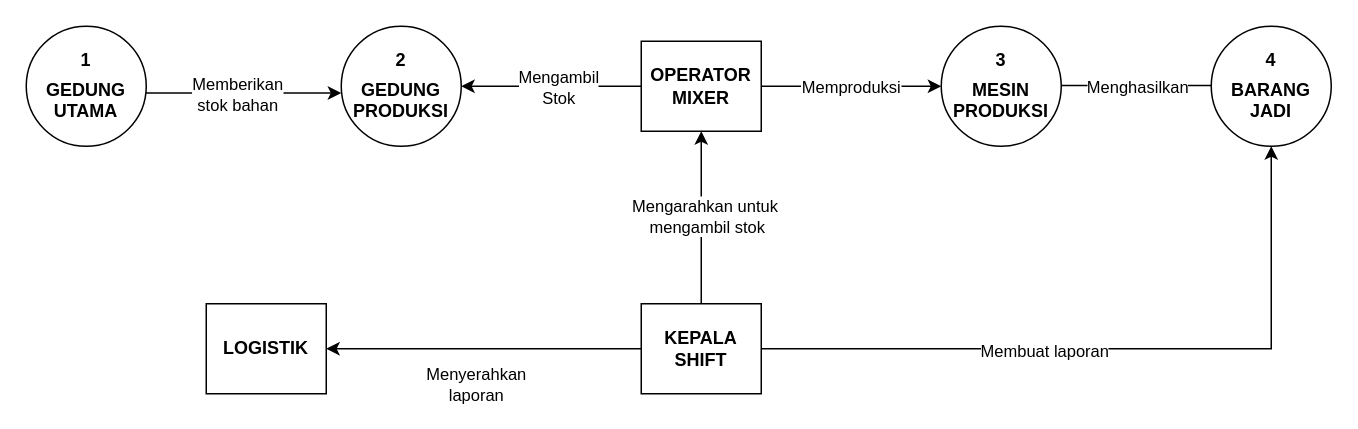
Above: page "Page-2" (2 of 2) of Untitled Diagram.drawio in destiaarinihairunnisa/ProgramAntrian (draw.io), before the change. Source tidied: cells renumbered, new cells numbered last; positions are measured from the earlier drawing's top-left corner, leaving out a move shared by most shapes. Both pictures are drawn from the tidied source at 150%, with x=0, y=0 at pixel (26, 26).
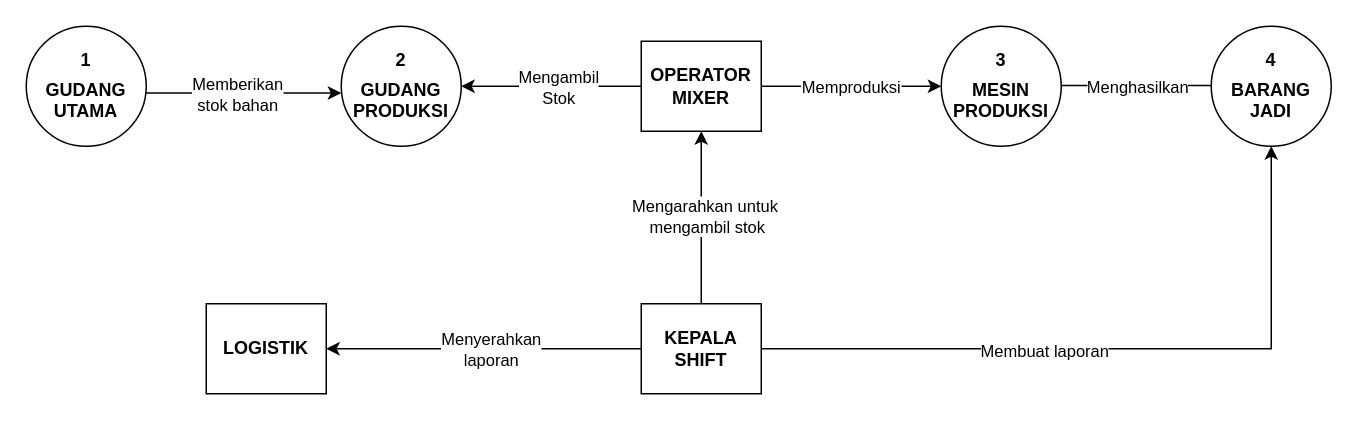
After the change.

Unchanged cells that the change refers to:
```xml
<mxCell id="16" style="endArrow=classic;html=1;rounded=0;exitX=0;exitY=0.5;exitDx=0;exitDy=0;entryX=1;entryY=0.5;entryDx=0;entryDy=0;" parent="1" edge="1" source="11" target="2">
  <mxGeometry relative="1" as="geometry" />
</mxCell>
```

What changed in the source:
```diff
@@
     <mxCell id="17" value="Menyerahkan&lt;br&gt;laporan" style="edgeLabel;html=1;align=center;verticalAlign=middle;" parent="16" vertex="1">
       <mxGeometry x="0.16" y="-1" relative="1" as="geometry">
-        <mxPoint x="11" y="24" as="offset" />
+        <mxPoint x="21" y="1" as="offset" />
       </mxGeometry>
     </mxCell>
-    <mxCell id="18" value="&lt;sup style=&quot;border-color: var(--border-color);&quot;&gt;&lt;font style=&quot;border-color: var(--border-color); font-size: 12px;&quot;&gt;1&lt;/font&gt;&lt;/sup&gt;&lt;br style=&quot;border-color: var(--border-color);&quot;&gt;GEDUNG&lt;br style=&quot;border-color: var(--border-color);&quot;&gt;&lt;span style=&quot;&quot;&gt;UTAMA&lt;/span&gt;" style="ellipse;whiteSpace=wrap;html=1;fontStyle=1;" parent="1" vertex="1">
+    <mxCell id="18" value="&lt;sup style=&quot;border-color: var(--border-color);&quot;&gt;&lt;font style=&quot;border-color: var(--border-color); font-size: 12px;&quot;&gt;1&lt;/font&gt;&lt;/sup&gt;&lt;br style=&quot;border-color: var(--border-color);&quot;&gt;GUDANG&lt;br style=&quot;border-color: var(--border-color);&quot;&gt;&lt;span style=&quot;&quot;&gt;UTAMA&lt;/span&gt;" style="ellipse;whiteSpace=wrap;html=1;fontStyle=1;" parent="1" vertex="1">
       <mxGeometry width="80" height="80" as="geometry" />
     </mxCell>
-    <mxCell id="19" value="&lt;sup style=&quot;border-color: var(--border-color);&quot;&gt;&lt;font style=&quot;border-color: var(--border-color); font-size: 12px;&quot;&gt;2&lt;/font&gt;&lt;/sup&gt;&lt;br style=&quot;border-color: var(--border-color);&quot;&gt;GEDUNG&lt;br style=&quot;border-color: var(--border-color);&quot;&gt;&lt;span style=&quot;&quot;&gt;PRODUKSI&lt;/span&gt;" style="ellipse;whiteSpace=wrap;html=1;fontStyle=1;" parent="1" vertex="1">
+    <mxCell id="19" value="&lt;sup style=&quot;border-color: var(--border-color);&quot;&gt;&lt;font style=&quot;border-color: var(--border-color); font-size: 12px;&quot;&gt;2&lt;/font&gt;&lt;/sup&gt;&lt;br style=&quot;border-color: var(--border-color);&quot;&gt;GUDANG&lt;br style=&quot;border-color: var(--border-color);&quot;&gt;&lt;span style=&quot;&quot;&gt;PRODUKSI&lt;/span&gt;" style="ellipse;whiteSpace=wrap;html=1;fontStyle=1;" parent="1" vertex="1">
       <mxGeometry x="210" width="80" height="80" as="geometry" />
     </mxCell>
```
